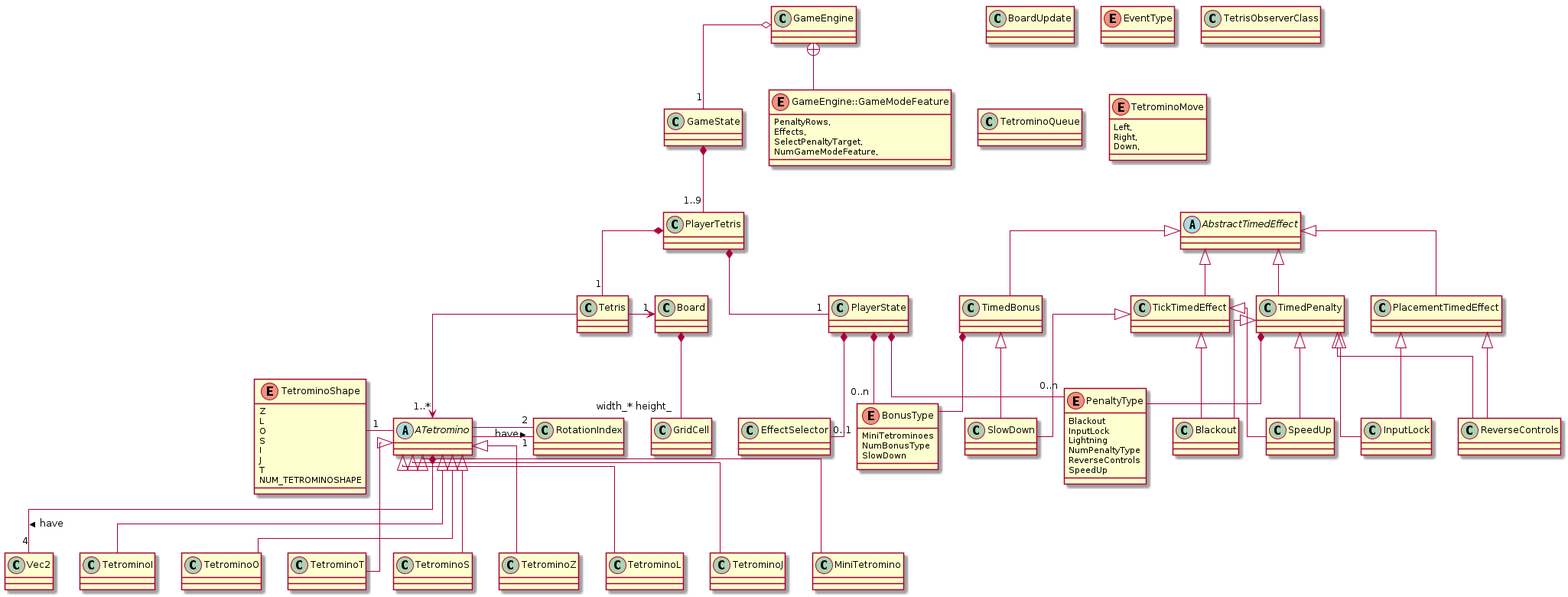
Earlier version of the PlantUML export res/uml/class/GameStructureClass.png (ulb-info2-group5/Royal-Blocks). Its source is kept beside it as doc/uml/class/game/GameStructureClass.plantuml. Its diagram source:
```plantuml
@startuml GameStructureClass

skinparam linetype ortho


class Board{}
class BoardUpdate{}
enum EventType{}
class GridCell{}
class RotationIndex{}
class Tetris{}
class TetrisObserverClass{}
class TetrominoQueue{}
class Vec2{}

abstract class ATetromino{}

enum TetrominoShape {
    Z
    L
    O
    S
    I
    J
    T
    NUM_TETROMINOSHAPE
}

class TetrominoI extends ATetromino{}
class TetrominoO extends ATetromino{}
class TetrominoT extends ATetromino{}
class TetrominoS extends ATetromino{}
class TetrominoZ extends ATetromino{}
class TetrominoL extends ATetromino{}
class TetrominoJ extends ATetromino{}
class MiniTetromino extends ATetromino{}


abstract class AbstractTimedEffect {}


class Blackout {}


class EffectSelector {}


class InputLock {}


class PlacementTimedEffect {}


class ReverseControls {}


class SlowDown {}


class SpeedUp {}

class TickTimedEffect {}


class TimedBonus {}

class TimedPenalty {}


enum BonusType {
	MiniTetrominoes
	NumBonusType
	SlowDown
}


enum PenaltyType {
	Blackout
	InputLock
	Lightning
	NumPenaltyType
	ReverseControls
	SpeedUp
}

class GameEngine{}

enum GameEngine::GameModeFeature{
	PenaltyRows,
    Effects,
    SelectPenaltyTarget,
    NumGameModeFeature,
}

class GameState{}
class PlayerState{}
class PlayerTetris{}




AbstractTimedEffect <|-- PlacementTimedEffect


AbstractTimedEffect <|-- TickTimedEffect


AbstractTimedEffect <|-- TimedBonus


AbstractTimedEffect <|-- TimedPenalty


PlacementTimedEffect <|-- InputLock


PlacementTimedEffect <|-- ReverseControls


TickTimedEffect <|-- Blackout


TickTimedEffect <|-- SlowDown


TickTimedEffect <|-- SpeedUp


TimedBonus <|-- SlowDown


TimedPenalty <|-- Blackout


TimedPenalty <|-- InputLock


TimedPenalty <|-- ReverseControls


TimedPenalty <|-- SpeedUp

TimedBonus *-- BonusType


TimedPenalty *-- PenaltyType


enum TetrominoMove {
    Left,
    Right,
    Down,
}

TetrominoShape"1"- ATetromino

ATetromino  - "2" RotationIndex : have  >
ATetromino *--"4" Vec2 : have >
ATetromino - "1" RotationIndex


Board *--"width_* height_" GridCell


Tetris ->"1" Board
Tetris --> "1..*" ATetromino

PlayerState *-- "0..1" EffectSelector
PlayerState *-- "0..n" BonusType
PlayerState *-- "0..n" PenaltyType

PlayerTetris *-- "1" PlayerState
PlayerTetris *-- "1" Tetris

GameState *-- "1..9" PlayerTetris

GameEngine o-- "1" GameState

GameEngine +-- GameEngine::GameModeFeature

@enduml
```
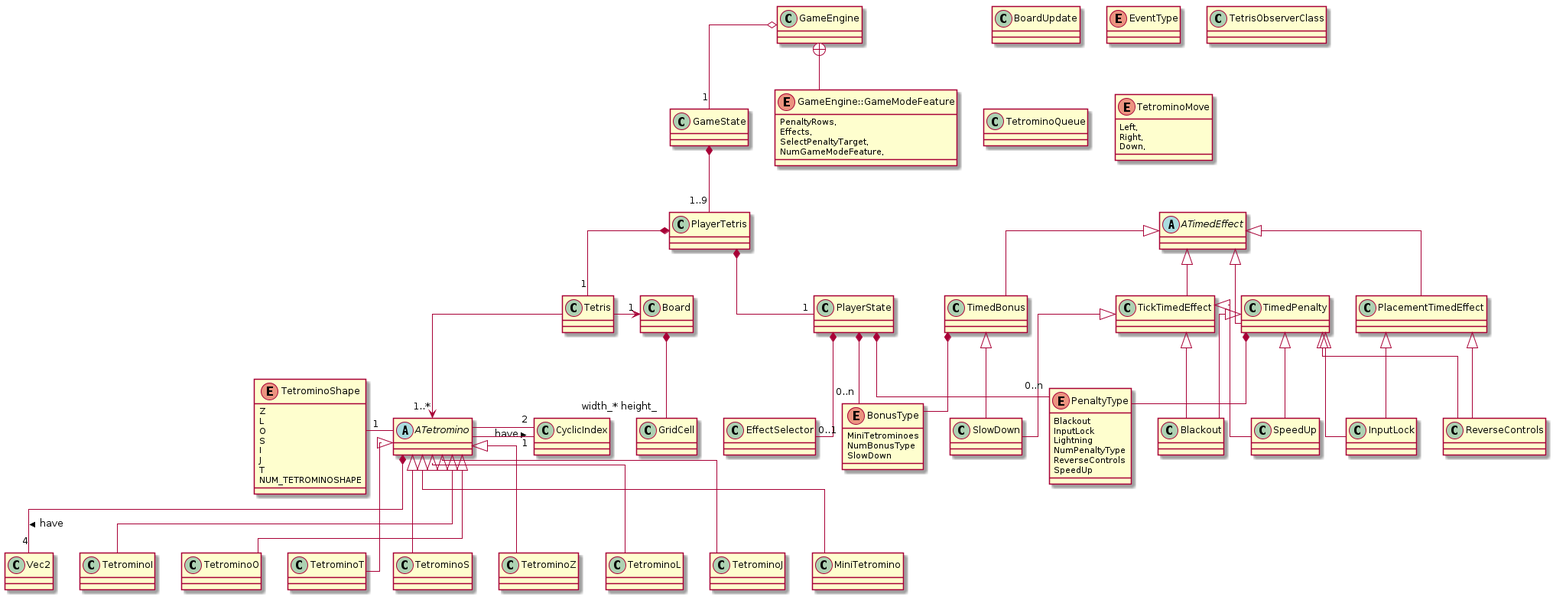
After the change.

The edit, as a diff of the source:
```diff
@@ -7,7 +7,7 @@
 class BoardUpdate{}
 enum EventType{}
 class GridCell{}
-class RotationIndex{}
+class CyclicIndex{}
 class Tetris{}
 class TetrisObserverClass{}
 class TetrominoQueue{}
@@ -36,7 +36,7 @@
 class MiniTetromino extends ATetromino{}
 
 
-abstract class AbstractTimedEffect {}
+abstract class ATimedEffect {}
 
 
 class Blackout {}
@@ -99,16 +99,16 @@
 
 
 
-AbstractTimedEffect <|-- PlacementTimedEffect
+ATimedEffect <|-- PlacementTimedEffect
 
 
-AbstractTimedEffect <|-- TickTimedEffect
+ATimedEffect <|-- TickTimedEffect
 
 
-AbstractTimedEffect <|-- TimedBonus
+ATimedEffect <|-- TimedBonus
 
 
-AbstractTimedEffect <|-- TimedPenalty
+ATimedEffect <|-- TimedPenalty
 
 
 PlacementTimedEffect <|-- InputLock
@@ -154,9 +154,9 @@
 
 TetrominoShape"1"- ATetromino
 
-ATetromino  - "2" RotationIndex : have  >
+ATetromino  - "2" CyclicIndex : have  >
 ATetromino *--"4" Vec2 : have >
-ATetromino - "1" RotationIndex
+ATetromino - "1" CyclicIndex
 
 
 Board *--"width_* height_" GridCell
```
